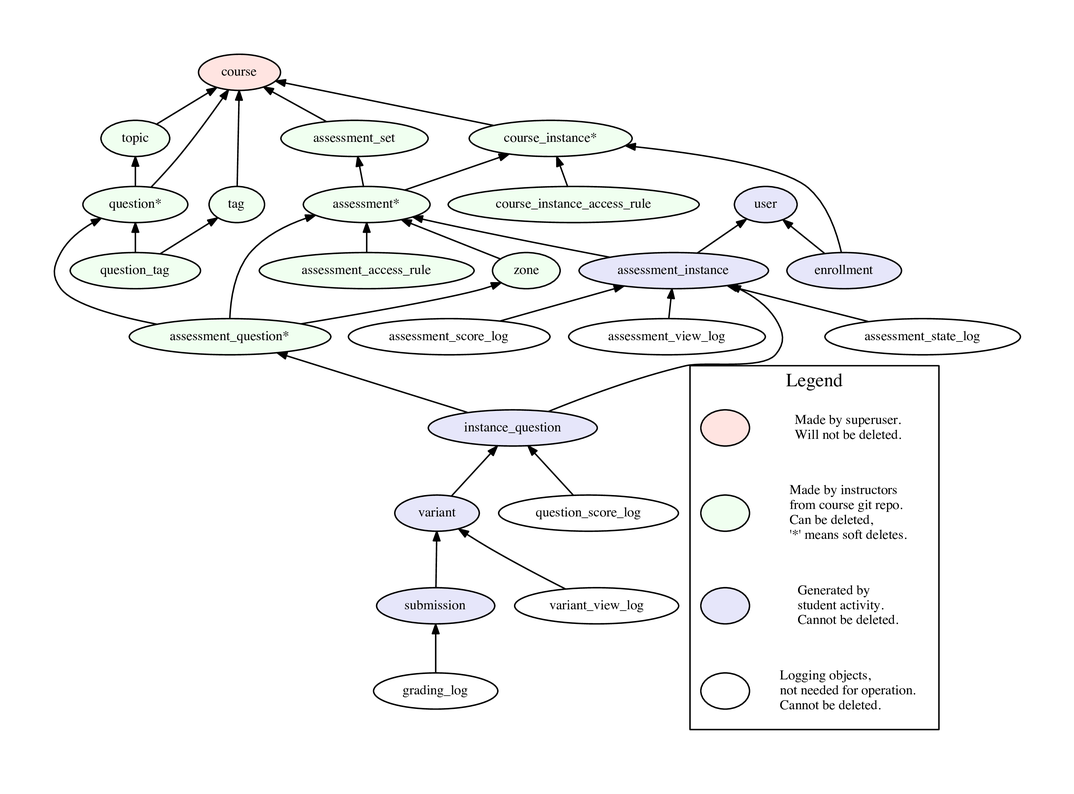
Earlier version of the Graphviz export v2/doc/models.png (PrairieLearn/PrairieLearn). Its source is kept beside it as v2/doc/models.gv.
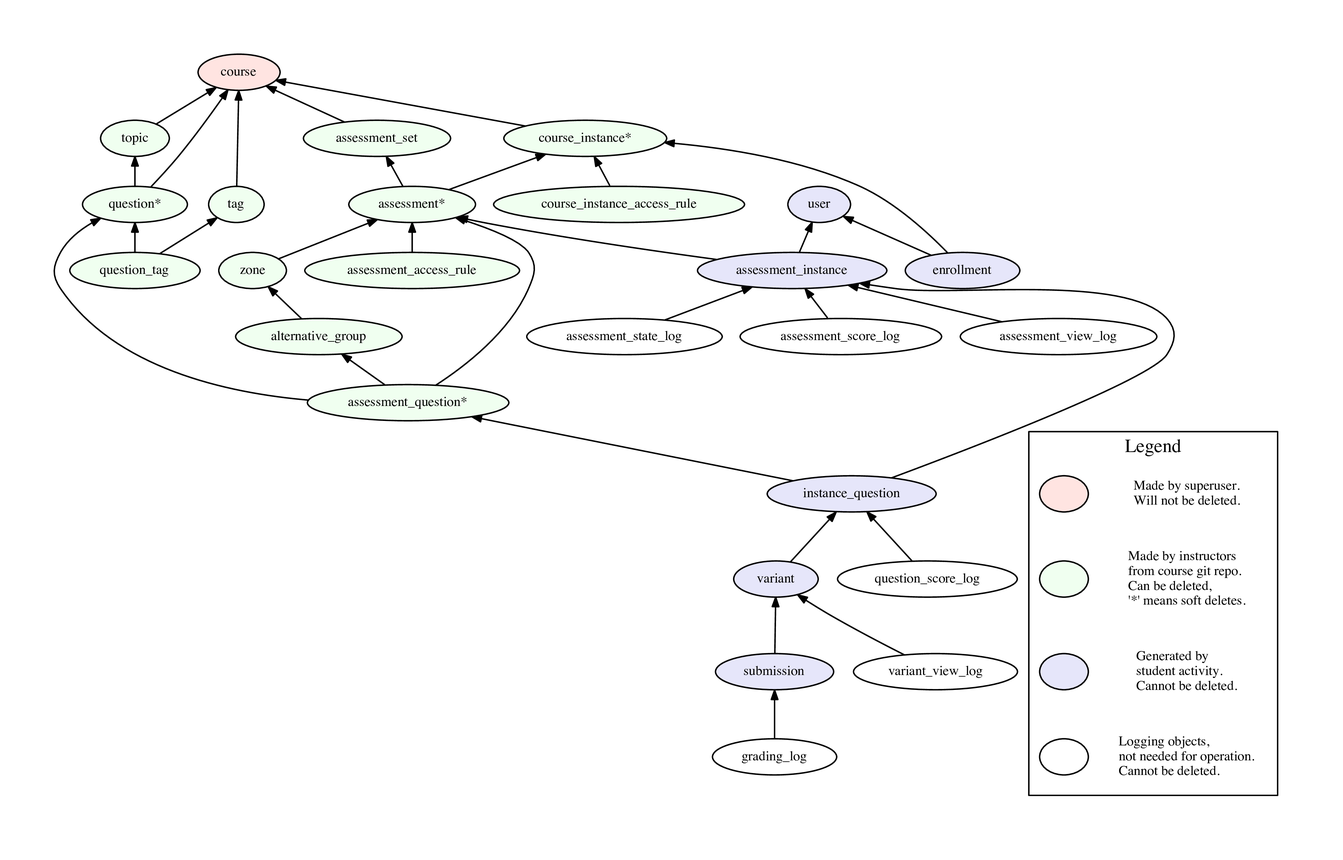
After the commit.

The edit, as a diff of the source:
```diff
@@ -17,6 +17,7 @@
     assessment_question [label="assessment_question*", style=filled, fillcolor=honeydew1]
     assessment_set [style=filled, fillcolor=honeydew1]
     topic [style=filled, fillcolor=honeydew1]
+    alternative_group [style=filled, fillcolor=honeydew1]
     zone [style=filled, fillcolor=honeydew1]
 
     enrollment [style=filled, fillcolor=lavender]
@@ -40,10 +41,11 @@
     question_tag -> { question; tag }
     tag -> { course }
     assessment -> { course_instance; assessment_set }
-    assessment_question -> { assessment; zone; question }
+    assessment_question -> { assessment; alternative_group; question }
     assessment_set -> { course }
     topic -> { course }
     zone -> { assessment }
+    alternative_group -> { zone }
 
     enrollment -> { user; course_instance }
     assessment_instance -> { assessment; user }
```
